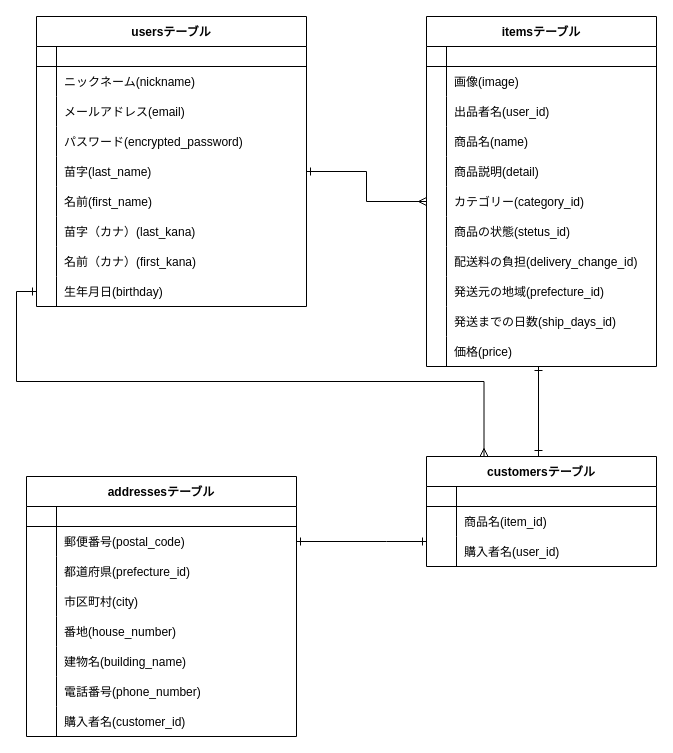
Earlier version of the draw.io diagram furima.dio (m81-ito-keisuke/furima-28163). Source tidied: cells renumbered, new cells numbered last; positions are measured from the earlier drawing's top-left corner, leaving out a move shared by most shapes. Both pictures are drawn from the tidied source at 100%, with x=0, y=0 at pixel (26, 16).
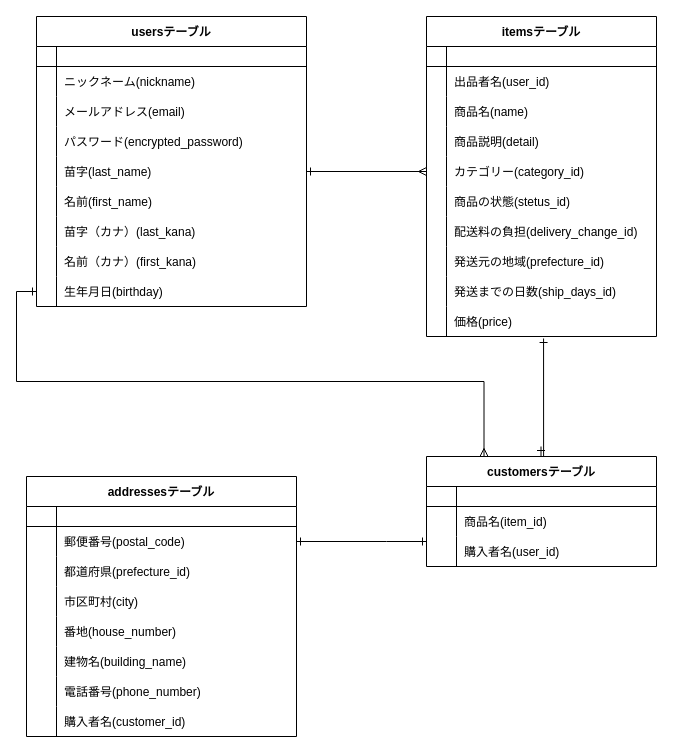
Above is the later version.

What changed in the source:
```diff
@@
     <mxCell id="3" value="itemsテーブル" style="shape=table;startSize=30;childLayout=tableLayout;rowLines=0;fontStyle=1;align=center;" parent="1" vertex="1">
-      <mxGeometry x="400" width="230" height="350" as="geometry" />
+      <mxGeometry x="400" width="230" height="320" as="geometry" />
     </mxCell>
@@
-    <mxCell id="7" style="shape=partialRectangle;fillColor=none;top=0;left=0;bottom=0;right=0;" parent="3" vertex="1">
-      <mxGeometry y="50" width="230" height="30" as="geometry" />
-    </mxCell>
-    <mxCell id="8" style="shape=partialRectangle;fillColor=none;top=0;left=0;bottom=0;right=0;overflow=hidden;" parent="7" vertex="1">
-      <mxGeometry width="20" height="30" as="geometry" />
-    </mxCell>
-    <mxCell id="9" value="画像(image)" style="shape=partialRectangle;fillColor=none;top=0;left=0;bottom=0;right=0;align=left;spacingLeft=6;overflow=hidden;" parent="7" vertex="1">
-      <mxGeometry x="20" width="210" height="30" as="geometry" />
-    </mxCell>
     <mxCell id="10" style="shape=partialRectangle;fillColor=none;top=0;left=0;bottom=0;right=0;" parent="3" vertex="1">
-      <mxGeometry y="80" width="230" height="30" as="geometry" />
+      <mxGeometry y="50" width="230" height="30" as="geometry" />
     </mxCell>
@@
     <mxCell id="13" style="shape=partialRectangle;fillColor=none;top=0;left=0;bottom=0;right=0;" parent="3" vertex="1">
-      <mxGeometry y="110" width="230" height="30" as="geometry" />
+      <mxGeometry y="80" width="230" height="30" as="geometry" />
     </mxCell>
@@
     <mxCell id="16" style="shape=partialRectangle;fillColor=none;top=0;left=0;bottom=0;right=0;" parent="3" vertex="1">
-      <mxGeometry y="140" width="230" height="30" as="geometry" />
+      <mxGeometry y="110" width="230" height="30" as="geometry" />
     </mxCell>
@@
     <mxCell id="19" style="shape=partialRectangle;fillColor=none;top=0;left=0;bottom=0;right=0;points=[[0,0.5],[1,0.5]];portConstraint=eastwest;" parent="3" vertex="1">
-      <mxGeometry y="170" width="230" height="30" as="geometry" />
+      <mxGeometry y="140" width="230" height="30" as="geometry" />
     </mxCell>
@@
     <mxCell id="22" style="shape=partialRectangle;fillColor=none;top=0;left=0;bottom=0;right=0;" parent="3" vertex="1">
-      <mxGeometry y="200" width="230" height="30" as="geometry" />
+      <mxGeometry y="170" width="230" height="30" as="geometry" />
     </mxCell>
@@
     <mxCell id="25" style="shape=partialRectangle;fillColor=none;top=0;left=0;bottom=0;right=0;" parent="3" vertex="1">
-      <mxGeometry y="230" width="230" height="30" as="geometry" />
+      <mxGeometry y="200" width="230" height="30" as="geometry" />
     </mxCell>
@@
     <mxCell id="28" style="shape=partialRectangle;fillColor=none;top=0;left=0;bottom=0;right=0;" parent="3" vertex="1">
-      <mxGeometry y="260" width="230" height="30" as="geometry" />
+      <mxGeometry y="230" width="230" height="30" as="geometry" />
     </mxCell>
@@
     <mxCell id="31" style="shape=partialRectangle;fillColor=none;top=0;left=0;bottom=0;right=0;" parent="3" vertex="1">
-      <mxGeometry y="290" width="230" height="30" as="geometry" />
+      <mxGeometry y="260" width="230" height="30" as="geometry" />
     </mxCell>
@@
     <mxCell id="34" style="shape=partialRectangle;fillColor=none;top=0;left=0;bottom=0;right=0;points=[[0,0.5],[1,0.5]];portConstraint=eastwest;" parent="3" vertex="1">
-      <mxGeometry y="320" width="230" height="30" as="geometry" />
+      <mxGeometry y="290" width="230" height="30" as="geometry" />
     </mxCell>
@@
-    <mxCell id="38" style="edgeStyle=orthogonalEdgeStyle;rounded=0;orthogonalLoop=1;jettySize=auto;html=1;startArrow=ERone;startFill=0;endArrow=ERone;endFill=0;" parent="1" edge="1">
+    <mxCell id="38" style="edgeStyle=orthogonalEdgeStyle;rounded=0;jettySize=auto;html=1;startArrow=ERone;startFill=0;endArrow=ERone;endFill=0;entryX=0.509;entryY=1.067;entryDx=0;entryDy=0;entryPerimeter=0;" parent="1" edge="1" target="34">
       <mxGeometry relative="1" as="geometry">
-        <mxPoint x="512" y="430" as="sourcePoint" />
-        <mxPoint x="512" y="350" as="targetPoint" />
+        <mxPoint x="514.5" y="430" as="sourcePoint" />
         <Array as="points">
-          <mxPoint x="512" y="440" />
+          <mxPoint x="515" y="440" />
+          <mxPoint x="517" y="440" />
         </Array>
       </mxGeometry>
     </mxCell>
```
